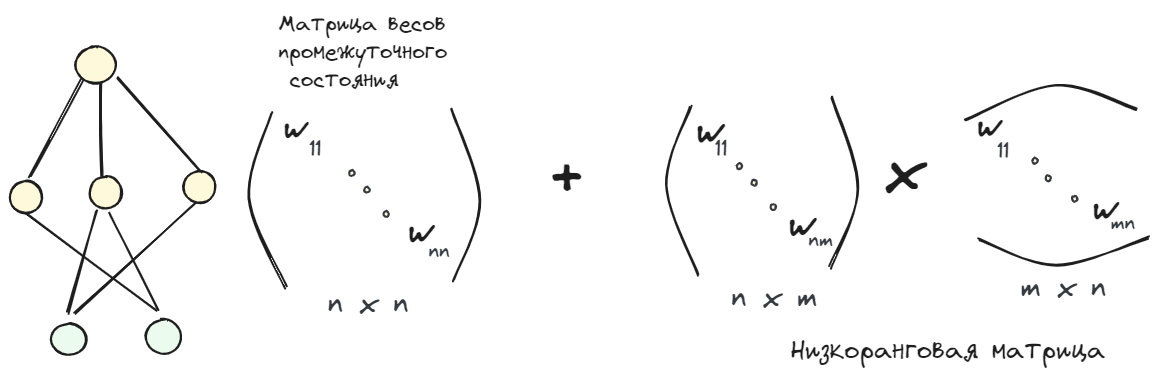
The Excalidraw diagram diplom/assets/ml/adapter/adapter.excalidraw.png in NMashalov/EducationGenerativeModelApplication, before a commit. Source tidied: one line per element, renumbered; positions are measured from the earlier drawing's top-left corner, leaving out a move shared by most shapes.
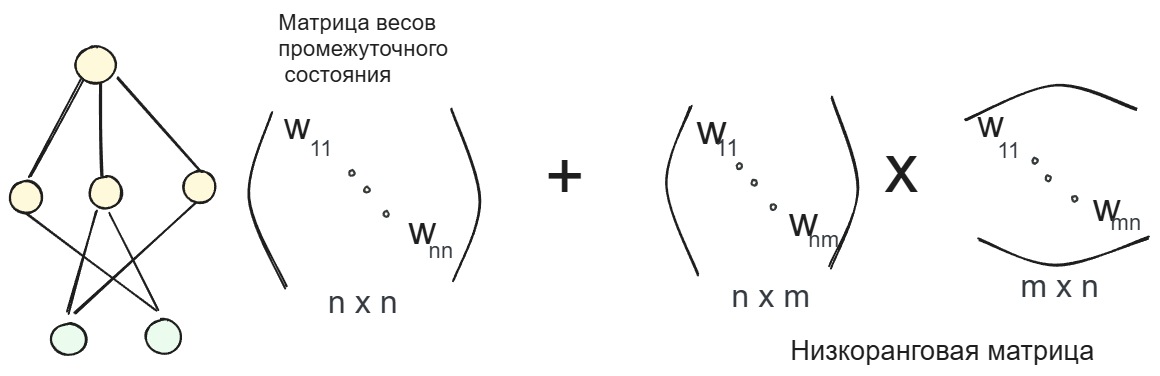
After the commit.

The edit, as a diff of the source:
```diff
@@ -13,35 +13,35 @@
 {"id": 12, "type": "ellipse", "strokeColor": "#1e1e1e", "backgroundColor": "#fff9db", "fillStyle": "solid", "strokeWidth": 2, "roughness": 1, "round": true, "x": 66, "y": 37, "width": 40, "height": 37}
 {"id": 13, "type": "line", "strokeColor": "#1e1e1e", "backgroundColor": "#fff9db", "fillStyle": "solid", "strokeWidth": 2, "roughness": 1, "round": true, "x": 444, "y": 270, "width": 30, "height": 170, "points": [[0, 0], [26, -79], [-4, -170]]}
 {"id": 14, "type": "line", "strokeColor": "#1e1e1e", "backgroundColor": "#fff9db", "fillStyle": "solid", "strokeWidth": 2, "roughness": 1, "round": true, "x": 277, "y": 277, "width": 38, "height": 175, "points": [[0, 0], [-38, -89], [-14, -175]]}
-{"id": 15, "type": "text", "text": "Матрица весов\nпромежуточного\n состояния", "strokeColor": "#1e1e1e", "backgroundColor": "#fff9db", "fillStyle": "solid", "strokeWidth": 2, "roughness": 1, "fontSize": 22.44, "fontFamily": 1, "x": 268, "y": 0, "width": 169, "height": 84}
+{"id": 15, "type": "text", "text": "Матрица весов\nпромежуточного\n состояния", "strokeColor": "#1e1e1e", "backgroundColor": "#fff9db", "fillStyle": "solid", "strokeWidth": 2, "roughness": 1, "fontSize": 22.44, "fontFamily": 2, "x": 268, "y": 0, "width": 170, "height": 77}
-{"id": 16, "type": "text", "text": "w", "strokeColor": "#1e1e1e", "backgroundColor": "#fff9db", "fillStyle": "solid", "strokeWidth": 2, "roughness": 1, "fontSize": 36.59, "fontFamily": 1, "x": 274, "y": 96, "width": 22, "height": 46}
+{"id": 16, "type": "text", "text": "w", "strokeColor": "#1e1e1e", "backgroundColor": "#fff9db", "fillStyle": "solid", "strokeWidth": 2, "roughness": 1, "fontSize": 36.59, "fontFamily": 2, "x": 274, "y": 96, "width": 26, "height": 42}
-{"id": 17, "type": "text", "text": "w", "strokeColor": "#1e1e1e", "backgroundColor": "#fff9db", "fillStyle": "solid", "strokeWidth": 2, "roughness": 1, "fontSize": 39.04, "fontFamily": 1, "x": 398, "y": 198, "width": 24, "height": 49}
+{"id": 17, "type": "text", "text": "w", "strokeColor": "#1e1e1e", "backgroundColor": "#fff9db", "fillStyle": "solid", "strokeWidth": 2, "roughness": 1, "fontSize": 39.04, "fontFamily": 2, "x": 398, "y": 198, "width": 28, "height": 45}
 {"id": 18, "type": "ellipse", "strokeColor": "#343a40", "backgroundColor": "#fff9db", "fillStyle": "solid", "strokeWidth": 2, "roughness": 1, "round": true, "x": 339, "y": 160, "width": 5, "height": 6}
 {"id": 19, "type": "ellipse", "strokeColor": "#343a40", "backgroundColor": "#fff9db", "fillStyle": "solid", "strokeWidth": 2, "roughness": 1, "round": true, "x": 354, "y": 177, "width": 5, "height": 6}
 {"id": 20, "type": "ellipse", "strokeColor": "#343a40", "backgroundColor": "#fff9db", "fillStyle": "solid", "strokeWidth": 2, "roughness": 1, "round": true, "x": 373, "y": 201, "width": 5, "height": 6}
-{"id": 21, "type": "text", "text": "11", "strokeColor": "#343a40", "backgroundColor": "#fff9db", "fillStyle": "solid", "strokeWidth": 2, "roughness": 1, "fontSize": 22.29, "fontFamily": 1, "x": 300, "y": 126, "width": 12, "height": 28}
+{"id": 21, "type": "text", "text": "11", "strokeColor": "#343a40", "backgroundColor": "#fff9db", "fillStyle": "solid", "strokeWidth": 2, "roughness": 1, "fontSize": 22.29, "fontFamily": 2, "x": 300, "y": 126, "width": 23, "height": 26}
-{"id": 22, "type": "text", "text": "nn", "strokeColor": "#343a40", "backgroundColor": "#fff9db", "fillStyle": "solid", "strokeWidth": 2, "roughness": 1, "fontSize": 22.36, "fontFamily": 1, "x": 418, "y": 228, "width": 21, "height": 28}
+{"id": 22, "type": "text", "text": "nn", "strokeColor": "#343a40", "backgroundColor": "#fff9db", "fillStyle": "solid", "strokeWidth": 2, "roughness": 1, "fontSize": 22.36, "fontFamily": 2, "x": 418, "y": 228, "width": 25, "height": 26}
-{"id": 23, "type": "text", "text": "n x n", "strokeColor": "#343a40", "backgroundColor": "#fff9db", "fillStyle": "solid", "strokeWidth": 2, "roughness": 1, "fontSize": 32.2, "fontFamily": 1, "x": 318, "y": 274, "width": 80, "height": 40}
+{"id": 23, "type": "text", "text": "n x n", "strokeColor": "#343a40", "backgroundColor": "#fff9db", "fillStyle": "solid", "strokeWidth": 2, "roughness": 1, "fontSize": 32.2, "fontFamily": 2, "x": 318, "y": 274, "width": 70, "height": 37}
-{"id": 24, "type": "text", "text": "Низкоранговая матрица", "strokeColor": "#1e1e1e", "backgroundColor": "#ebfbee", "fillStyle": "solid", "strokeWidth": 2, "roughness": 1, "fontSize": 27.33, "fontFamily": 1, "x": 780, "y": 325, "width": 315, "height": 34}
+{"id": 24, "type": "text", "text": "Низкоранговая матрица", "strokeColor": "#1e1e1e", "backgroundColor": "#ebfbee", "fillStyle": "solid", "strokeWidth": 2, "roughness": 1, "fontSize": 27.33, "fontFamily": 2, "x": 780, "y": 325, "width": 304, "height": 31}
 {"id": 25, "type": "line", "strokeColor": "#1e1e1e", "angle": 3.12, "backgroundColor": "#fff9db", "fillStyle": "solid", "strokeWidth": 2, "roughness": 1, "round": true, "x": 659, "y": 266, "width": 30, "height": 170, "points": [[0, 0], [26, -79], [-4, -170]]}
 {"id": 26, "type": "line", "strokeColor": "#1e1e1e", "angle": 0.03, "backgroundColor": "#fff9db", "fillStyle": "solid", "strokeWidth": 2, "roughness": 1, "round": true, "x": 822, "y": 257, "width": 30, "height": 170, "points": [[0, 0], [26, -79], [-4, -170]]}
 {"id": 27, "type": "line", "strokeColor": "#1e1e1e", "angle": 4.67, "backgroundColor": "#fff9db", "fillStyle": "solid", "strokeWidth": 2, "roughness": 1, "round": true, "x": 1029, "y": 176, "width": 30, "height": 170, "points": [[0, 0], [26, -79], [-4, -170]]}
 {"id": 28, "type": "line", "strokeColor": "#1e1e1e", "angle": 1.58, "backgroundColor": "#fff9db", "fillStyle": "solid", "strokeWidth": 2, "roughness": 1, "round": true, "x": 1043, "y": 326, "width": 30, "height": 170, "points": [[0, 0], [26, -79], [-4, -170]]}
-{"id": 29, "type": "text", "text": "w", "strokeColor": "#1e1e1e", "backgroundColor": "#fff9db", "fillStyle": "solid", "strokeWidth": 2, "roughness": 1, "fontSize": 42.07, "fontFamily": 1, "x": 687, "y": 95, "width": 26, "height": 53}
+{"id": 29, "type": "text", "text": "w", "strokeColor": "#1e1e1e", "backgroundColor": "#fff9db", "fillStyle": "solid", "strokeWidth": 2, "roughness": 1, "fontSize": 42.07, "fontFamily": 2, "x": 687, "y": 95, "width": 30, "height": 48}
 {"id": 30, "type": "ellipse", "strokeColor": "#343a40", "backgroundColor": "#fff9db", "fillStyle": "solid", "strokeWidth": 2, "roughness": 1, "round": true, "x": 727, "y": 153, "width": 5, "height": 6}
 {"id": 31, "type": "ellipse", "strokeColor": "#343a40", "backgroundColor": "#fff9db", "fillStyle": "solid", "strokeWidth": 2, "roughness": 1, "round": true, "x": 742, "y": 170, "width": 5, "height": 6}
 {"id": 32, "type": "ellipse", "strokeColor": "#343a40", "backgroundColor": "#fff9db", "fillStyle": "solid", "strokeWidth": 2, "roughness": 1, "round": true, "x": 761, "y": 194, "width": 5, "height": 6}
-{"id": 33, "type": "text", "text": "n x m", "strokeColor": "#343a40", "backgroundColor": "#fff9db", "fillStyle": "solid", "strokeWidth": 2, "roughness": 1, "fontSize": 32.2, "fontFamily": 1, "x": 721, "y": 268, "width": 86, "height": 40}
+{"id": 33, "type": "text", "text": "n x m", "strokeColor": "#343a40", "backgroundColor": "#fff9db", "fillStyle": "solid", "strokeWidth": 2, "roughness": 1, "fontSize": 32.2, "fontFamily": 2, "x": 721, "y": 268, "width": 79, "height": 37}
-{"id": 34, "type": "text", "text": "m x n", "strokeColor": "#343a40", "backgroundColor": "#fff9db", "fillStyle": "solid", "strokeWidth": 2, "roughness": 1, "fontSize": 32.2, "fontFamily": 1, "x": 1010, "y": 258, "width": 86, "height": 40}
+{"id": 34, "type": "text", "text": "m x n", "strokeColor": "#343a40", "backgroundColor": "#fff9db", "fillStyle": "solid", "strokeWidth": 2, "roughness": 1, "fontSize": 32.2, "fontFamily": 2, "x": 1010, "y": 258, "width": 79, "height": 37}
-{"id": 35, "type": "text", "text": "w", "strokeColor": "#1e1e1e", "backgroundColor": "#fff9db", "fillStyle": "solid", "strokeWidth": 2, "roughness": 1, "fontSize": 41.1, "fontFamily": 1, "x": 779, "y": 189, "width": 25, "height": 51}
+{"id": 35, "type": "text", "text": "w", "strokeColor": "#1e1e1e", "backgroundColor": "#fff9db", "fillStyle": "solid", "strokeWidth": 2, "roughness": 1, "fontSize": 41.1, "fontFamily": 2, "x": 779, "y": 189, "width": 30, "height": 47}
-{"id": 36, "type": "text", "text": "w", "strokeColor": "#1e1e1e", "backgroundColor": "#fff9db", "fillStyle": "solid", "strokeWidth": 2, "roughness": 1, "fontSize": 37.34, "fontFamily": 1, "x": 967, "y": 93, "width": 23, "height": 47}
+{"id": 36, "type": "text", "text": "w", "strokeColor": "#1e1e1e", "backgroundColor": "#fff9db", "fillStyle": "solid", "strokeWidth": 2, "roughness": 1, "fontSize": 37.34, "fontFamily": 2, "x": 967, "y": 93, "width": 27, "height": 43}
 {"id": 37, "type": "ellipse", "strokeColor": "#343a40", "backgroundColor": "#fff9db", "fillStyle": "solid", "strokeWidth": 2, "roughness": 1, "round": true, "x": 1022, "y": 148, "width": 5, "height": 6}
 {"id": 38, "type": "ellipse", "strokeColor": "#343a40", "backgroundColor": "#fff9db", "fillStyle": "solid", "strokeWidth": 2, "roughness": 1, "round": true, "x": 1036, "y": 166, "width": 5, "height": 6}
 {"id": 39, "type": "ellipse", "strokeColor": "#343a40", "backgroundColor": "#fff9db", "fillStyle": "solid", "strokeWidth": 2, "roughness": 1, "round": true, "x": 1062, "y": 186, "width": 5, "height": 6}
-{"id": 40, "type": "text", "text": "w", "strokeColor": "#1e1e1e", "backgroundColor": "#fff9db", "fillStyle": "solid", "strokeWidth": 2, "roughness": 1, "fontSize": 38.98, "fontFamily": 1, "x": 1083, "y": 175, "width": 24, "height": 49}
+{"id": 40, "type": "text", "text": "w", "strokeColor": "#1e1e1e", "backgroundColor": "#fff9db", "fillStyle": "solid", "strokeWidth": 2, "roughness": 1, "fontSize": 38.98, "fontFamily": 2, "x": 1083, "y": 175, "width": 28, "height": 45}
-{"id": 41, "type": "text", "text": "11", "strokeColor": "#343a40", "backgroundColor": "#fff9db", "fillStyle": "solid", "strokeWidth": 2, "roughness": 1, "fontSize": 23.14, "fontFamily": 1, "x": 705, "y": 125, "width": 13, "height": 29}
+{"id": 41, "type": "text", "text": "11", "strokeColor": "#343a40", "backgroundColor": "#fff9db", "fillStyle": "solid", "strokeWidth": 2, "roughness": 1, "fontSize": 23.14, "fontFamily": 2, "x": 705, "y": 125, "width": 24, "height": 27}
-{"id": 42, "type": "text", "text": "nm", "strokeColor": "#343a40", "backgroundColor": "#fff9db", "fillStyle": "solid", "strokeWidth": 2, "roughness": 1, "fontSize": 22.29, "fontFamily": 1, "x": 798, "y": 217, "width": 25, "height": 28}
+{"id": 42, "type": "text", "text": "nm", "strokeColor": "#343a40", "backgroundColor": "#fff9db", "fillStyle": "solid", "strokeWidth": 2, "roughness": 1, "fontSize": 22.29, "fontFamily": 2, "x": 798, "y": 217, "width": 31, "height": 26}
-{"id": 43, "type": "text", "text": "mn", "strokeColor": "#343a40", "backgroundColor": "#fff9db", "fillStyle": "solid", "strokeWidth": 2, "roughness": 1, "fontSize": 22.29, "fontFamily": 1, "x": 1100, "y": 200, "width": 25, "height": 28}
+{"id": 43, "type": "text", "text": "mn", "strokeColor": "#343a40", "backgroundColor": "#fff9db", "fillStyle": "solid", "strokeWidth": 2, "roughness": 1, "fontSize": 22.29, "fontFamily": 2, "x": 1100, "y": 200, "width": 31, "height": 26}
-{"id": 44, "type": "text", "text": "11", "strokeColor": "#343a40", "backgroundColor": "#fff9db", "fillStyle": "solid", "strokeWidth": 2, "roughness": 1, "fontSize": 22.29, "fontFamily": 1, "x": 987, "y": 128, "width": 12, "height": 28}
+{"id": 44, "type": "text", "text": "11", "strokeColor": "#343a40", "backgroundColor": "#fff9db", "fillStyle": "solid", "strokeWidth": 2, "roughness": 1, "fontSize": 22.29, "fontFamily": 2, "x": 987, "y": 128, "width": 23, "height": 26}
-{"id": 45, "type": "text", "text": "+", "strokeColor": "#1e1e1e", "backgroundColor": "#ebfbee", "fillStyle": "solid", "strokeWidth": 2, "roughness": 1, "fontSize": 67.65, "fontFamily": 1, "x": 535, "y": 128, "width": 42, "height": 85}
+{"id": 45, "type": "text", "text": "+", "strokeColor": "#1e1e1e", "backgroundColor": "#ebfbee", "fillStyle": "solid", "strokeWidth": 2, "roughness": 1, "fontSize": 67.65, "fontFamily": 2, "x": 535, "y": 128, "width": 40, "height": 78}
-{"id": 46, "type": "text", "text": "x", "strokeColor": "#1e1e1e", "backgroundColor": "#ebfbee", "fillStyle": "solid", "strokeWidth": 2, "roughness": 1, "fontSize": 67.65, "fontFamily": 1, "x": 874, "y": 120, "width": 38, "height": 85}
+{"id": 46, "type": "text", "text": "x", "strokeColor": "#1e1e1e", "backgroundColor": "#ebfbee", "fillStyle": "solid", "strokeWidth": 2, "roughness": 1, "fontSize": 67.65, "fontFamily": 2, "x": 874, "y": 120, "width": 34, "height": 78}
```
